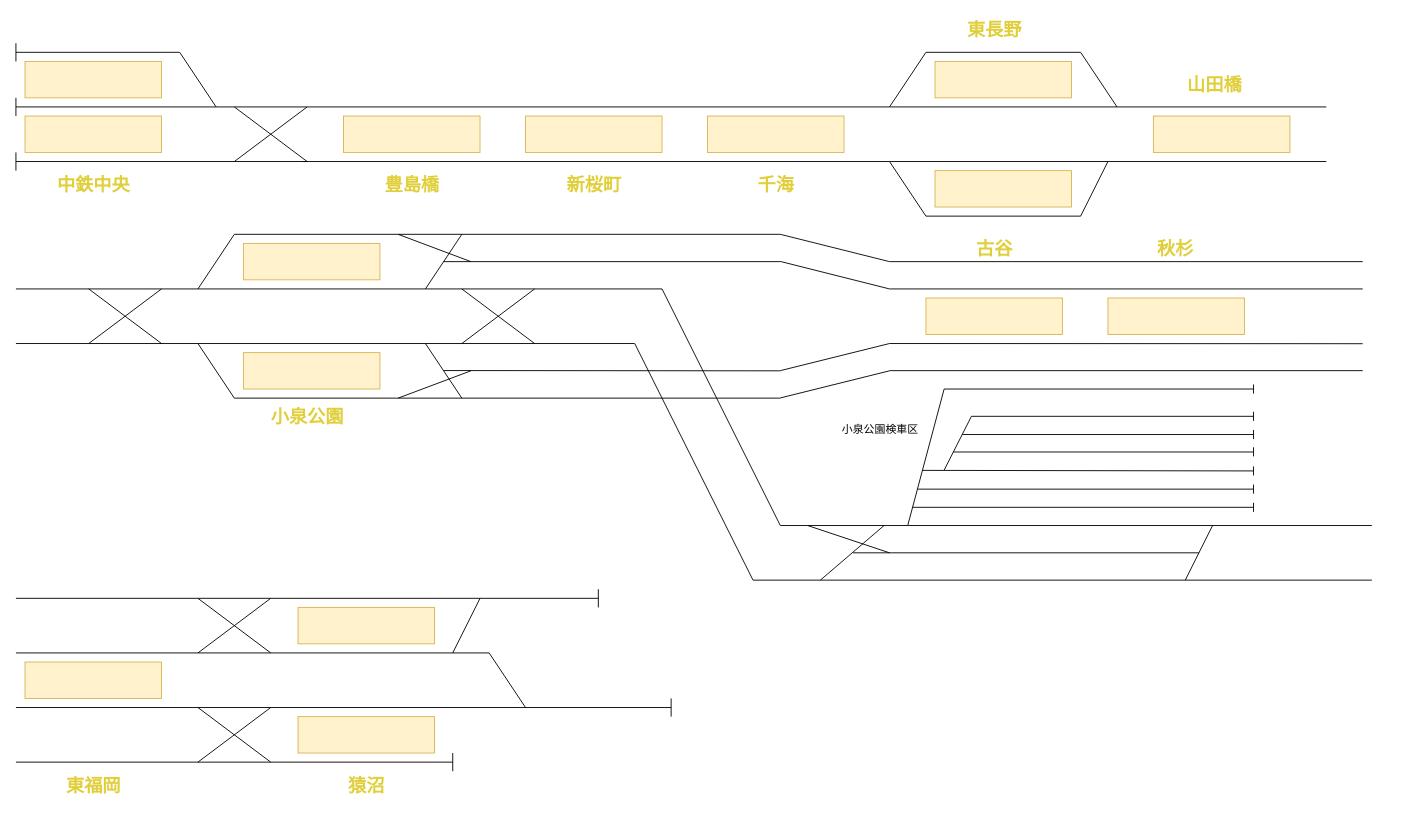
Above: Documentation/References/中田鉄道配線図.drawio in neko3141592/Nakatetsu (draw.io), before the change. Source tidied: cells renumbered, new cells numbered last; positions are measured from the earlier drawing's top-left corner, leaving out a move shared by most shapes. Both pictures are drawn from the tidied source at 91%, with x=0, y=0 at pixel (15, 15).
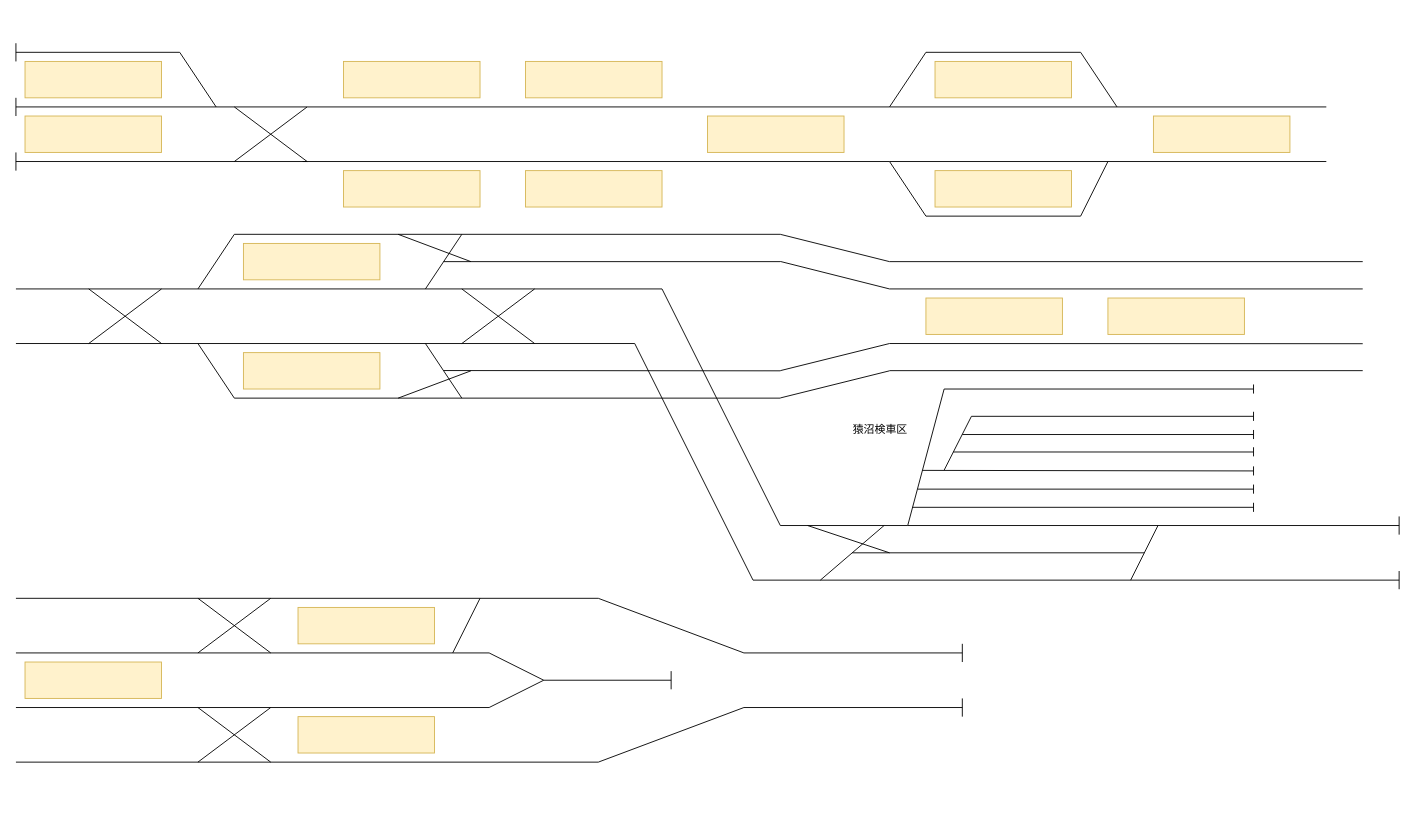
The same page after the edit.

The edit, as a diff of the source:
```diff
@@
     <mxCell id="10" style="rounded=0;whiteSpace=wrap;html=1;fillColor=#fff2cc;strokeColor=#d6b656;" parent="1" vertex="1">
-      <mxGeometry x="360" y="110" width="150" height="40" as="geometry" />
+      <mxGeometry x="360" y="50" width="150" height="40" as="geometry" />
     </mxCell>
     <mxCell id="11" style="rounded=0;whiteSpace=wrap;html=1;fillColor=#fff2cc;strokeColor=#d6b656;" parent="1" vertex="1">
-      <mxGeometry x="560" y="110" width="150" height="40" as="geometry" />
+      <mxGeometry x="560" y="170" width="150" height="40" as="geometry" />
     </mxCell>
@@
     <mxCell id="46" style="endArrow=none;html=1;rounded=0;snapToPoint=1;" parent="1" edge="1">
       <mxGeometry relative="1" as="geometry">
         <mxPoint x="810" y="620" as="sourcePoint" />
-        <mxPoint x="1490" y="620" as="targetPoint" />
+        <mxPoint x="1520" y="620" as="targetPoint" />
       </mxGeometry>
     </mxCell>
@@
     <mxCell id="53" value=" " style="endArrow=none;html=1;rounded=0;snapToPoint=1;" parent="1" edge="1">
       <mxGeometry relative="1" as="geometry">
         <mxPoint x="980" y="560" as="sourcePoint" />
-        <mxPoint x="1490" y="560" as="targetPoint" />
+        <mxPoint x="1520" y="560" as="targetPoint" />
       </mxGeometry>
     </mxCell>
@@
     <mxCell id="58" value=" &lt;div&gt;&lt;br&gt;&lt;/div&gt;&lt;div&gt;&lt;br&gt;&lt;/div&gt;" style="endArrow=none;html=1;rounded=0;snapToPoint=0;" parent="1" edge="1">
       <mxGeometry relative="1" as="geometry">
-        <mxPoint x="1285" y="620" as="sourcePoint" />
-        <mxPoint x="1315" y="560" as="targetPoint" />
+        <mxPoint x="1225" y="620" as="sourcePoint" />
+        <mxPoint x="1255" y="560" as="targetPoint" />
       </mxGeometry>
     </mxCell>
     <mxCell id="59" value=" " style="endArrow=none;html=1;rounded=0;snapToPoint=1;" parent="1" edge="1">
       <mxGeometry relative="1" as="geometry">
-        <mxPoint x="920" y="590" as="sourcePoint" />
-        <mxPoint x="1300" y="590" as="targetPoint" />
+        <mxPoint x="919" y="590" as="sourcePoint" />
+        <mxPoint x="1240" y="590" as="targetPoint" />
       </mxGeometry>
     </mxCell>
@@
-    <mxCell id="83" value="中鉄中央" style="text;html=1;whiteSpace=wrap;strokeColor=none;fillColor=none;align=center;verticalAlign=middle;rounded=0;fontFamily=Verdana;fontSize=20;fontColor=#E0CF3A;fontStyle=1;" parent="1" vertex="1">
-      <mxGeometry x="27.5" y="170" width="115" height="30" as="geometry" />
-    </mxCell>
-    <mxCell id="84" value="豊島橋" style="text;html=1;whiteSpace=wrap;strokeColor=none;fillColor=none;align=center;verticalAlign=middle;rounded=0;fontFamily=Verdana;fontSize=20;fontColor=#E0CF3A;fontStyle=1;" parent="1" vertex="1">
-      <mxGeometry x="377.5" y="170" width="115" height="30" as="geometry" />
-    </mxCell>
-    <mxCell id="85" value="新桜町" style="text;html=1;whiteSpace=wrap;strokeColor=none;fillColor=none;align=center;verticalAlign=middle;rounded=0;fontFamily=Verdana;fontSize=20;fontColor=#E0CF3A;fontStyle=1;" parent="1" vertex="1">
-      <mxGeometry x="577.5" y="170" width="115" height="30" as="geometry" />
-    </mxCell>
-    <mxCell id="86" value="千海" style="text;html=1;whiteSpace=wrap;strokeColor=none;fillColor=none;align=center;verticalAlign=middle;rounded=0;fontFamily=Verdana;fontSize=20;fontColor=#E0CF3A;fontStyle=1;" parent="1" vertex="1">
-      <mxGeometry x="777.5" y="170" width="115" height="30" as="geometry" />
-    </mxCell>
-    <mxCell id="87" value="東長野" style="text;html=1;whiteSpace=wrap;strokeColor=none;fillColor=none;align=center;verticalAlign=middle;rounded=0;fontFamily=Verdana;fontSize=20;fontColor=#E0CF3A;fontStyle=1;" parent="1" vertex="1">
-      <mxGeometry x="1018" width="115" height="30" as="geometry" />
-    </mxCell>
-    <mxCell id="88" value="山田橋" style="text;html=1;whiteSpace=wrap;strokeColor=none;fillColor=none;align=center;verticalAlign=middle;rounded=0;fontFamily=Verdana;fontSize=20;fontColor=#E0CF3A;fontStyle=1;" parent="1" vertex="1">
-      <mxGeometry x="1260" y="60" width="115" height="30" as="geometry" />
-    </mxCell>
-    <mxCell id="89" value="小泉公園" style="text;html=1;whiteSpace=wrap;strokeColor=none;fillColor=none;align=center;verticalAlign=middle;rounded=0;fontFamily=Verdana;fontSize=20;fontColor=#E0CF3A;fontStyle=1;" parent="1" vertex="1">
-      <mxGeometry x="262.5" y="425" width="115" height="30" as="geometry" />
-    </mxCell>
-    <mxCell id="90" value="小泉公園検車区" style="text;html=1;whiteSpace=wrap;strokeColor=none;fillColor=none;align=center;verticalAlign=middle;rounded=0;fontFamily=Verdana;fontSize=12;fontColor=#000000;fontStyle=0;" parent="1" vertex="1">
+    <mxCell id="90" value="猿沼検車区" style="text;html=1;whiteSpace=wrap;strokeColor=none;fillColor=none;align=center;verticalAlign=middle;rounded=0;fontFamily=Verdana;fontSize=12;fontColor=#000000;fontStyle=0;" parent="1" vertex="1">
       <mxGeometry x="850" y="440" width="200" height="30" as="geometry" />
     </mxCell>
-    <mxCell id="91" value="古谷" style="text;html=1;whiteSpace=wrap;strokeColor=none;fillColor=none;align=center;verticalAlign=middle;rounded=0;fontFamily=Verdana;fontSize=20;fontColor=#E0CF3A;fontStyle=1;" parent="1" vertex="1">
-      <mxGeometry x="1018" y="240" width="115" height="30" as="geometry" />
-    </mxCell>
-    <mxCell id="92" value="秋杉" style="text;html=1;whiteSpace=wrap;strokeColor=none;fillColor=none;align=center;verticalAlign=middle;rounded=0;fontFamily=Verdana;fontSize=20;fontColor=#E0CF3A;fontStyle=1;" parent="1" vertex="1">
-      <mxGeometry x="1216.5" y="240" width="115" height="30" as="geometry" />
-    </mxCell>
@@
     <mxCell id="95" style="endArrow=none;html=1;rounded=0;snapToPoint=1;" parent="1" edge="1">
       <mxGeometry relative="1" as="geometry">
         <mxPoint y="760" as="sourcePoint" />
-        <mxPoint x="720" y="760" as="targetPoint" />
+        <mxPoint x="520" y="760" as="targetPoint" />
       </mxGeometry>
     </mxCell>
     <mxCell id="96" style="endArrow=none;html=1;rounded=0;snapToPoint=1;" parent="1" edge="1">
       <mxGeometry relative="1" as="geometry">
         <mxPoint y="820" as="sourcePoint" />
-        <mxPoint x="480" y="820" as="targetPoint" />
+        <mxPoint x="640" y="820" as="targetPoint" />
       </mxGeometry>
     </mxCell>
@@
     <mxCell id="105" style="endArrow=none;html=1;rounded=0;" parent="1" edge="1">
       <mxGeometry relative="1" as="geometry">
-        <mxPoint x="560" y="760" as="sourcePoint" />
+        <mxPoint x="580" y="730" as="sourcePoint" />
         <mxPoint x="520" y="700" as="targetPoint" />
       </mxGeometry>
     </mxCell>
     <mxCell id="106" style="endArrow=none;html=1;rounded=0;" parent="1" edge="1">
       <mxGeometry relative="1" as="geometry">
-        <mxPoint x="640" y="650" as="sourcePoint" />
-        <mxPoint x="640" y="630" as="targetPoint" />
+        <mxPoint x="1040" y="710" as="sourcePoint" />
+        <mxPoint x="1040" y="690" as="targetPoint" />
       </mxGeometry>
     </mxCell>
-    <mxCell id="107" style="endArrow=none;html=1;rounded=0;" parent="1" edge="1">
-      <mxGeometry relative="1" as="geometry">
-        <mxPoint x="480" y="830" as="sourcePoint" />
-        <mxPoint x="480" y="810" as="targetPoint" />
-      </mxGeometry>
-    </mxCell>
-    <mxCell id="108" value="東福岡" style="text;html=1;whiteSpace=wrap;strokeColor=none;fillColor=none;align=center;verticalAlign=middle;rounded=0;fontFamily=Verdana;fontSize=20;fontColor=#E0CF3A;fontStyle=1;" parent="1" vertex="1">
-      <mxGeometry x="27.5" y="830" width="115" height="30" as="geometry" />
-    </mxCell>
-    <mxCell id="109" value="猿沼" style="text;html=1;whiteSpace=wrap;strokeColor=none;fillColor=none;align=center;verticalAlign=middle;rounded=0;fontFamily=Verdana;fontSize=20;fontColor=#E0CF3A;fontStyle=1;" parent="1" vertex="1">
-      <mxGeometry x="327.5" y="830" width="115" height="30" as="geometry" />
-    </mxCell>
     <mxCell id="110" style="endArrow=none;html=1;rounded=0;" parent="1" edge="1">
       <mxGeometry relative="1" as="geometry">
-        <mxPoint x="720" y="770" as="sourcePoint" />
-        <mxPoint x="720" y="750" as="targetPoint" />
+        <mxPoint x="720" y="740" as="sourcePoint" />
+        <mxPoint x="720" y="720" as="targetPoint" />
       </mxGeometry>
     </mxCell>
+    <mxCell id="111" style="endArrow=none;html=1;rounded=0;snapToPoint=1;" parent="1" edge="1">
+      <mxGeometry relative="1" as="geometry">
+        <mxPoint x="640" y="640" as="sourcePoint" />
+        <mxPoint x="800" y="700" as="targetPoint" />
+      </mxGeometry>
+    </mxCell>
+    <mxCell id="112" style="endArrow=none;html=1;rounded=0;snapToPoint=1;" parent="1" edge="1">
+      <mxGeometry relative="1" as="geometry">
+        <mxPoint x="800" y="700" as="sourcePoint" />
+        <mxPoint x="1040" y="700" as="targetPoint" />
+      </mxGeometry>
+    </mxCell>
+    <mxCell id="113" style="rounded=0;whiteSpace=wrap;html=1;fillColor=#fff2cc;strokeColor=#d6b656;" parent="1" vertex="1">
+      <mxGeometry x="360" y="170" width="150" height="40" as="geometry" />
+    </mxCell>
+    <mxCell id="114" style="rounded=0;whiteSpace=wrap;html=1;fillColor=#fff2cc;strokeColor=#d6b656;" parent="1" vertex="1">
+      <mxGeometry x="560" y="50" width="150" height="40" as="geometry" />
+    </mxCell>
+    <mxCell id="115" style="endArrow=none;html=1;rounded=0;snapToPoint=1;" parent="1" edge="1">
+      <mxGeometry relative="1" as="geometry">
+        <mxPoint x="640" y="820" as="sourcePoint" />
+        <mxPoint x="800" y="760" as="targetPoint" />
+      </mxGeometry>
+    </mxCell>
+    <mxCell id="116" style="endArrow=none;html=1;rounded=0;snapToPoint=1;" parent="1" edge="1">
+      <mxGeometry relative="1" as="geometry">
+        <mxPoint x="800" y="760" as="sourcePoint" />
+        <mxPoint x="1040" y="760" as="targetPoint" />
+      </mxGeometry>
+    </mxCell>
+    <mxCell id="117" style="endArrow=none;html=1;rounded=0;" parent="1" edge="1">
+      <mxGeometry relative="1" as="geometry">
+        <mxPoint x="1040" y="770" as="sourcePoint" />
+        <mxPoint x="1040" y="750" as="targetPoint" />
+      </mxGeometry>
+    </mxCell>
+    <mxCell id="118" style="endArrow=none;html=1;rounded=0;" parent="1" edge="1">
+      <mxGeometry relative="1" as="geometry">
+        <mxPoint x="1520" y="570" as="sourcePoint" />
+        <mxPoint x="1520" y="550" as="targetPoint" />
+      </mxGeometry>
+    </mxCell>
+    <mxCell id="119" style="endArrow=none;html=1;rounded=0;" parent="1" edge="1">
+      <mxGeometry relative="1" as="geometry">
+        <mxPoint x="1520" y="630" as="sourcePoint" />
+        <mxPoint x="1520" y="610" as="targetPoint" />
+      </mxGeometry>
+    </mxCell>
+    <mxCell id="120" style="endArrow=none;html=1;rounded=0;" parent="1" edge="1">
+      <mxGeometry relative="1" as="geometry">
+        <mxPoint x="580" y="730" as="sourcePoint" />
+        <mxPoint x="520" y="760" as="targetPoint" />
+      </mxGeometry>
+    </mxCell>
+    <mxCell id="121" style="endArrow=none;html=1;rounded=0;" parent="1" edge="1">
+      <mxGeometry relative="1" as="geometry">
+        <mxPoint x="720" y="730" as="sourcePoint" />
+        <mxPoint x="580" y="730" as="targetPoint" />
+      </mxGeometry>
+    </mxCell>
```
